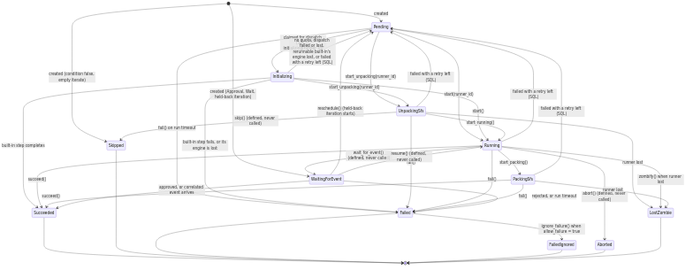
This is docs/step_machine.png from paninfracon/stormchaser, a Mermaid export, as it was before one commit. Its source is kept beside it as docs/step_machine.mmd.
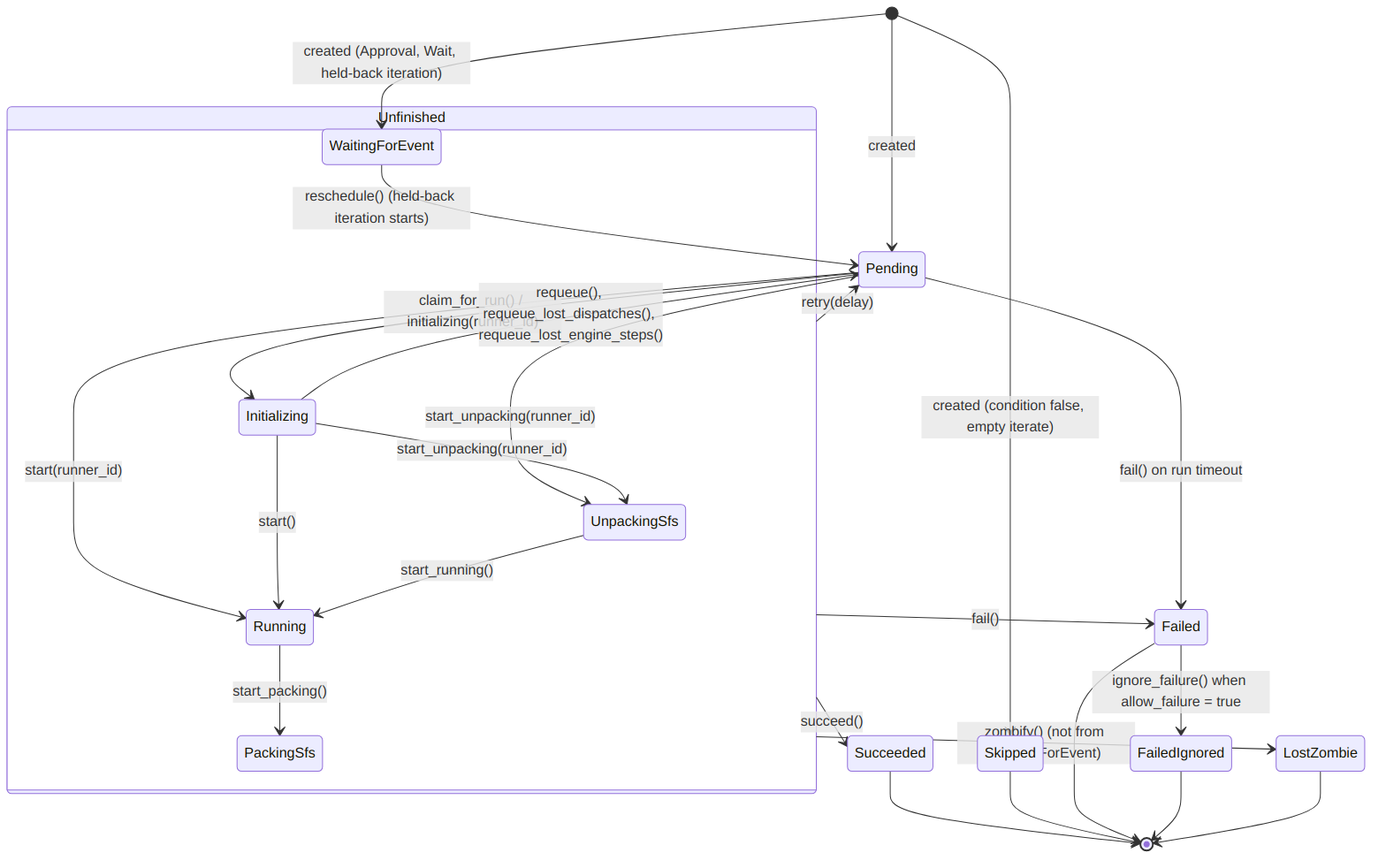
The same diagram one commit later.

Change to the diagram source:
```diff
@@ -3,40 +3,26 @@
     [*] --> WaitingForEvent: created (Approval, Wait, held-back iteration)
     [*] --> Skipped: created (condition false, empty iterate)
 
-    Pending --> Initializing: claimed for dispatch (SQL) / initializing(runner_id)
+    Pending --> Initializing: claim_for_run() / initializing(runner_id)
     Pending --> UnpackingSfs: start_unpacking(runner_id)
     Pending --> Running: start(runner_id)
     Pending --> Failed: fail() on run timeout
 
-    Initializing --> Pending: no quota, dispatch failed or lost, rerunnable built-in's engine lost, or failed with a retry left (SQL)
-    Initializing --> UnpackingSfs: start_unpacking(runner_id)
-    Initializing --> Running: start()
-    Initializing --> Succeeded: built-in step completes
-    Initializing --> Failed: built-in step fails, or its engine is lost
+    state Unfinished {
+        Initializing --> UnpackingSfs: start_unpacking(runner_id)
+        Initializing --> Running: start()
+        UnpackingSfs --> Running: start_running()
+        Running --> PackingSfs: start_packing()
+        WaitingForEvent
+    }
 
-    UnpackingSfs --> Running: start_running()
-    UnpackingSfs --> Failed: fail()
-    UnpackingSfs --> LostZombie: runner lost
-    UnpackingSfs --> Pending: failed with a retry left (SQL)
-    UnpackingSfs --> Skipped: skip() (defined, never called)
+    Initializing --> Pending: requeue(), requeue_lost_dispatches(), requeue_lost_engine_steps()
+    WaitingForEvent --> Pending: reschedule() (held-back iteration starts)
 
-    Running --> PackingSfs: start_packing()
-    Running --> Succeeded: succeed()
-    Running --> Failed: fail()
-    Running --> LostZombie: zombify() when runner lost
-    Running --> Pending: failed with a retry left (SQL)
-    Running --> WaitingForEvent: wait_for_event() (defined, never called)
-    Running --> Aborted: abort() (defined, never called)
-
-    PackingSfs --> Succeeded: succeed()
-    PackingSfs --> Failed: fail()
-    PackingSfs --> LostZombie: runner lost
-    PackingSfs --> Pending: failed with a retry left (SQL)
-
-    WaitingForEvent --> Pending: reschedule() (held-back iteration starts)
-    WaitingForEvent --> Succeeded: approved, or correlated event arrives
-    WaitingForEvent --> Failed: rejected, or run timeout
-    WaitingForEvent --> Running: resume() (defined, never called)
+    Unfinished --> Succeeded: succeed()
+    Unfinished --> Failed: fail()
+    Unfinished --> LostZombie: zombify() (not from WaitingForEvent)
+    Unfinished --> Pending: retry(delay)
 
     Failed --> FailedIgnored: ignore_failure() when allow_failure = true
 
@@ -44,5 +30,4 @@
     Skipped --> [*]
     Failed --> [*]
     FailedIgnored --> [*]
-    Aborted --> [*]
     LostZombie --> [*]
```
